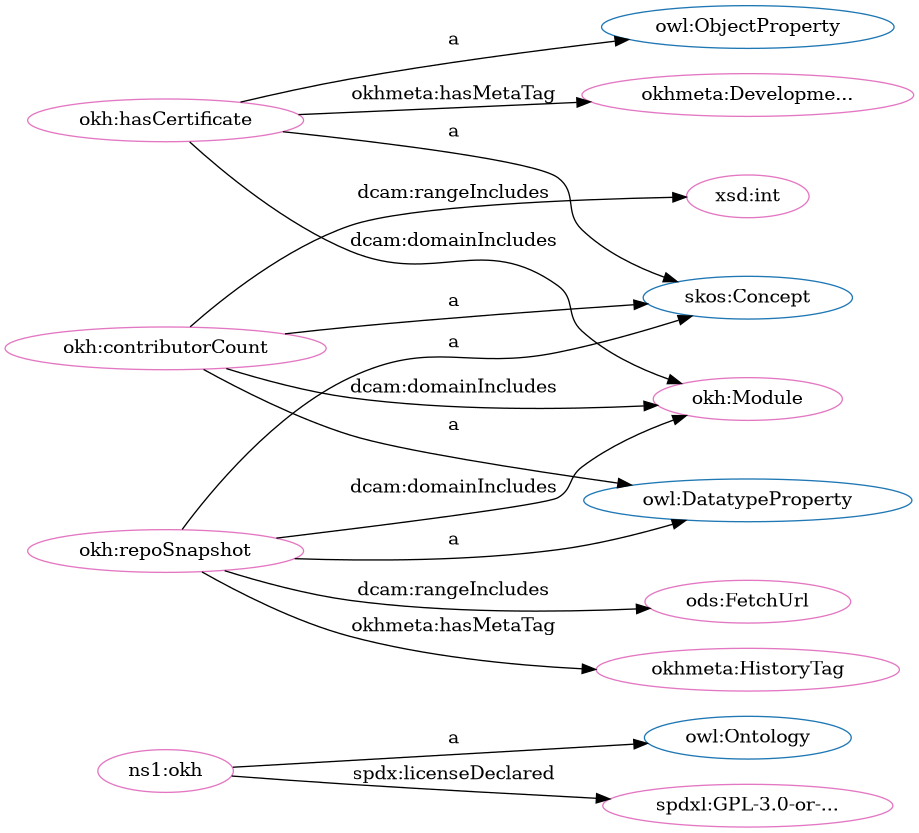
iop-alliance/OpenKnowHow keeps this Graphviz diagram as src/spec/dot_okh_proposed.png. Above is the earlier version. Its source is kept beside it as src/spec/dot_okh_proposed.dot.
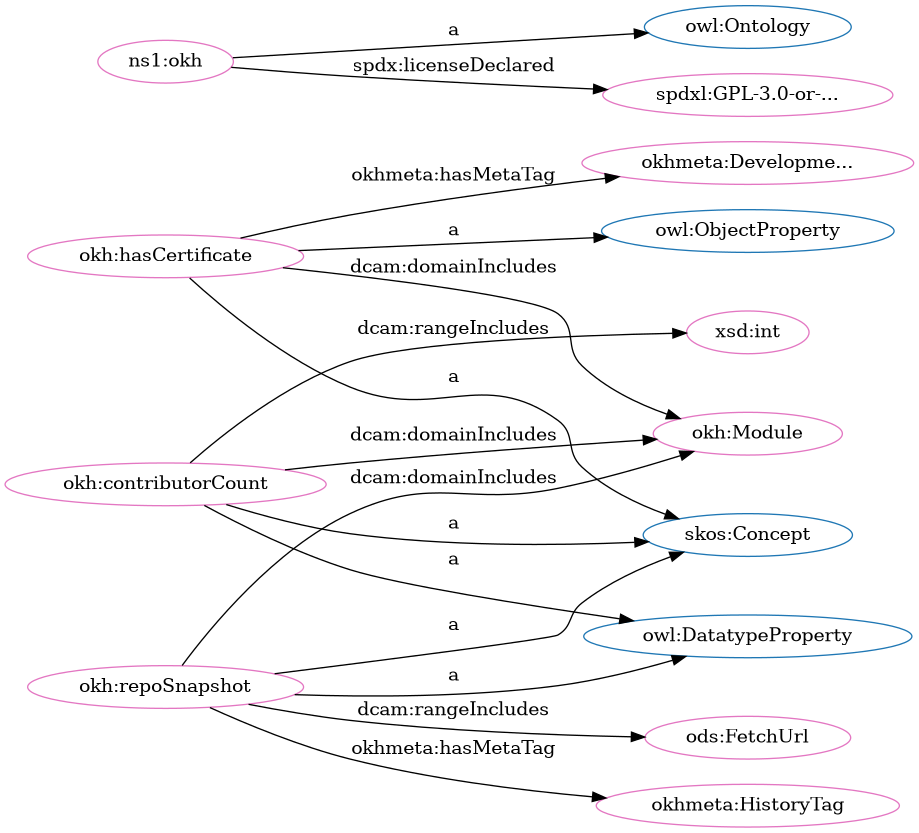
Above is the later version.

The edit, as a diff of the source:
```diff
@@ -1,33 +1,33 @@
 digraph G {
   rankdir=BT
   node[height=.3]
+"http://www.w3.org/2002/07/owl#ObjectProperty" [fillcolor="#1f77b4" color="#1f77b4" label="owl:ObjectProperty"]
+"http://www.w3.org/2004/02/skos/core#Concept" [fillcolor="#1f77b4" color="#1f77b4" label="skos:Concept"]
 "http://www.w3.org/2002/07/owl#Ontology" [fillcolor="#1f77b4" color="#1f77b4" label="owl:Ontology"]
-"http://www.w3.org/2004/02/skos/core#Concept" [fillcolor="#1f77b4" color="#1f77b4" label="skos:Concept"]
-"http://www.w3.org/2002/07/owl#ObjectProperty" [fillcolor="#1f77b4" color="#1f77b4" label="owl:ObjectProperty"]
 "http://www.w3.org/2002/07/owl#DatatypeProperty" [fillcolor="#1f77b4" color="#1f77b4" label="owl:DatatypeProperty"]
-"http://w3id.org/oseg/ont/ods#FetchUrl" [fillcolor="#e377c2" color="#e377c2" label="ods:FetchUrl"]
-"http://w3id.org/oseg/ont/okhmeta#HistoryTag" [fillcolor="#e377c2" color="#e377c2" label="okhmeta:HistoryTag"]
+"http://w3id.org/oseg/ont/okhmeta#DevelopmentTag" [fillcolor="#e377c2" color="#e377c2" label="okhmeta:Developme..."]
+"http://w3id.org/oseg/ont/okh#repoSnapshot" [fillcolor="#e377c2" color="#e377c2" label="okh:repoSnapshot"]
+"http://w3id.org/oseg/ont/okh#Module" [fillcolor="#e377c2" color="#e377c2" label="okh:Module"]
 "http://w3id.org/oseg/ont/okh#hasCertificate" [fillcolor="#e377c2" color="#e377c2" label="okh:hasCertificate"]
 "http://w3id.org/oseg/ont/okh#contributorCount" [fillcolor="#e377c2" color="#e377c2" label="okh:contributorCount"]
-"http://w3id.org/oseg/ont/okh#repoSnapshot" [fillcolor="#e377c2" color="#e377c2" label="okh:repoSnapshot"]
-"http://w3id.org/oseg/ont/okhmeta#DevelopmentTag" [fillcolor="#e377c2" color="#e377c2" label="okhmeta:Developme..."]
-"http://w3id.org/oseg/ont/okh#Module" [fillcolor="#e377c2" color="#e377c2" label="okh:Module"]
+"http://w3id.org/oseg/ont/okh" [fillcolor="#e377c2" color="#e377c2" label="ns1:okh"]
+"http://w3id.org/oseg/ont/okhmeta#HistoryTag" [fillcolor="#e377c2" color="#e377c2" label="okhmeta:HistoryTag"]
+"http://w3id.org/oseg/ont/ods#FetchUrl" [fillcolor="#e377c2" color="#e377c2" label="ods:FetchUrl"]
+"http://spdx.org/licenses/GPL-3.0-or-later" [fillcolor="#e377c2" color="#e377c2" label="spdxl:GPL-3.0-or-..."]
 "http://www.w3.org/2001/XMLSchema#int" [fillcolor="#e377c2" color="#e377c2" label="xsd:int"]
-"http://spdx.org/licenses/GPL-3.0-or-later" [fillcolor="#e377c2" color="#e377c2" label="spdxl:GPL-3.0-or-..."]
-"http://w3id.org/oseg/ont/okh" [fillcolor="#e377c2" color="#e377c2" label="ns1:okh"]
+  "http://w3id.org/oseg/ont/okh#repoSnapshot" -> "http://www.w3.org/2002/07/owl#DatatypeProperty" [label="a"]
+  "http://w3id.org/oseg/ont/okh" -> "http://www.w3.org/2002/07/owl#Ontology" [label="a"]
   "http://w3id.org/oseg/ont/okh#repoSnapshot" -> "http://w3id.org/oseg/ont/ods#FetchUrl" [label="dcam:rangeIncludes"]
+  "http://w3id.org/oseg/ont/okh" -> "http://spdx.org/licenses/GPL-3.0-or-later" [label="spdx:licenseDeclared"]
+  "http://w3id.org/oseg/ont/okh#contributorCount" -> "http://www.w3.org/2004/02/skos/core#Concept" [label="a"]
+  "http://w3id.org/oseg/ont/okh#hasCertificate" -> "http://w3id.org/oseg/ont/okhmeta#DevelopmentTag" [label="okhmeta:hasMetaTag"]
+  "http://w3id.org/oseg/ont/okh#contributorCount" -> "http://w3id.org/oseg/ont/okh#Module" [label="dcam:domainIncludes"]
+  "http://w3id.org/oseg/ont/okh#hasCertificate" -> "http://www.w3.org/2004/02/skos/core#Concept" [label="a"]
+  "http://w3id.org/oseg/ont/okh#repoSnapshot" -> "http://www.w3.org/2004/02/skos/core#Concept" [label="a"]
+  "http://w3id.org/oseg/ont/okh#contributorCount" -> "http://www.w3.org/2002/07/owl#DatatypeProperty" [label="a"]
+  "http://w3id.org/oseg/ont/okh#hasCertificate" -> "http://w3id.org/oseg/ont/okh#Module" [label="dcam:domainIncludes"]
+  "http://w3id.org/oseg/ont/okh#repoSnapshot" -> "http://w3id.org/oseg/ont/okh#Module" [label="dcam:domainIncludes"]
   "http://w3id.org/oseg/ont/okh#repoSnapshot" -> "http://w3id.org/oseg/ont/okhmeta#HistoryTag" [label="okhmeta:hasMetaTag"]
-  "http://w3id.org/oseg/ont/okh#contributorCount" -> "http://www.w3.org/2002/07/owl#DatatypeProperty" [label="a"]
-  "http://w3id.org/oseg/ont/okh#repoSnapshot" -> "http://www.w3.org/2004/02/skos/core#Concept" [label="a"]
-  "http://w3id.org/oseg/ont/okh#hasCertificate" -> "http://w3id.org/oseg/ont/okhmeta#DevelopmentTag" [label="okhmeta:hasMetaTag"]
-  "http://w3id.org/oseg/ont/okh#repoSnapshot" -> "http://w3id.org/oseg/ont/okh#Module" [label="dcam:domainIncludes"]
-  "http://w3id.org/oseg/ont/okh" -> "http://spdx.org/licenses/GPL-3.0-or-later" [label="spdx:licenseDeclared"]
-  "http://w3id.org/oseg/ont/okh#hasCertificate" -> "http://w3id.org/oseg/ont/okh#Module" [label="dcam:domainIncludes"]
-  "http://w3id.org/oseg/ont/okh#repoSnapshot" -> "http://www.w3.org/2002/07/owl#DatatypeProperty" [label="a"]
-  "http://w3id.org/oseg/ont/okh#hasCertificate" -> "http://www.w3.org/2004/02/skos/core#Concept" [label="a"]
   "http://w3id.org/oseg/ont/okh#contributorCount" -> "http://www.w3.org/2001/XMLSchema#int" [label="dcam:rangeIncludes"]
-  "http://w3id.org/oseg/ont/okh#contributorCount" -> "http://w3id.org/oseg/ont/okh#Module" [label="dcam:domainIncludes"]
-  "http://w3id.org/oseg/ont/okh#contributorCount" -> "http://www.w3.org/2004/02/skos/core#Concept" [label="a"]
   "http://w3id.org/oseg/ont/okh#hasCertificate" -> "http://www.w3.org/2002/07/owl#ObjectProperty" [label="a"]
-  "http://w3id.org/oseg/ont/okh" -> "http://www.w3.org/2002/07/owl#Ontology" [label="a"]
 }
```
